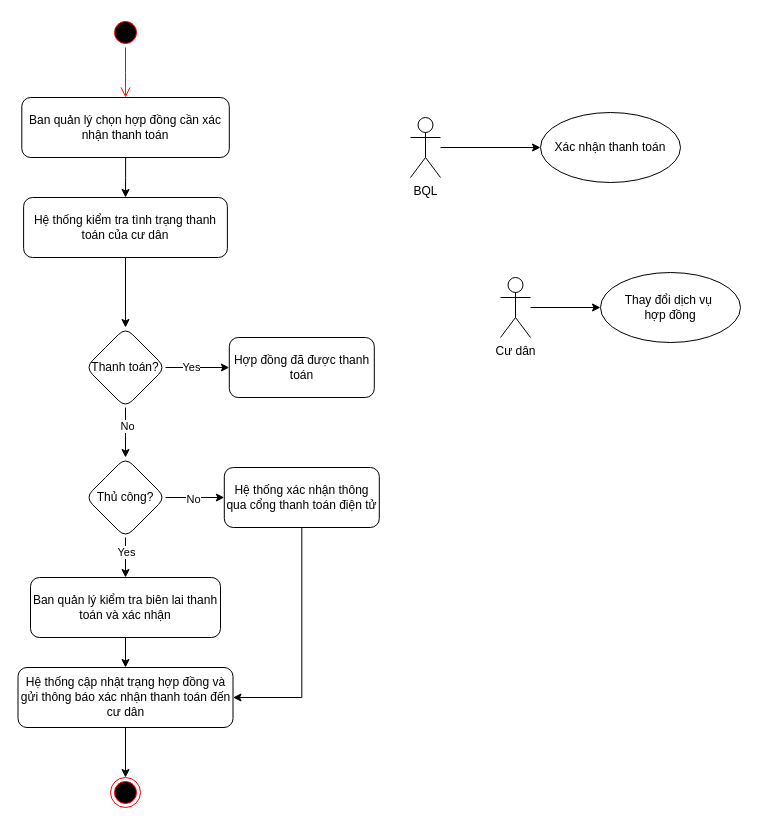
This is page "AD- Xác nhận thanh toán" (1 of 15) of doan.drawio from Pakamon234/thuc-tap-tot-nghiep, a draw.io file, before an edit. Source tidied: cells renumbered, new cells numbered last; positions are measured from the earlier drawing's top-left corner, leaving out a move shared by most shapes. Both pictures are drawn from the tidied source at 100%, with x=0, y=0 at pixel (18, 17).
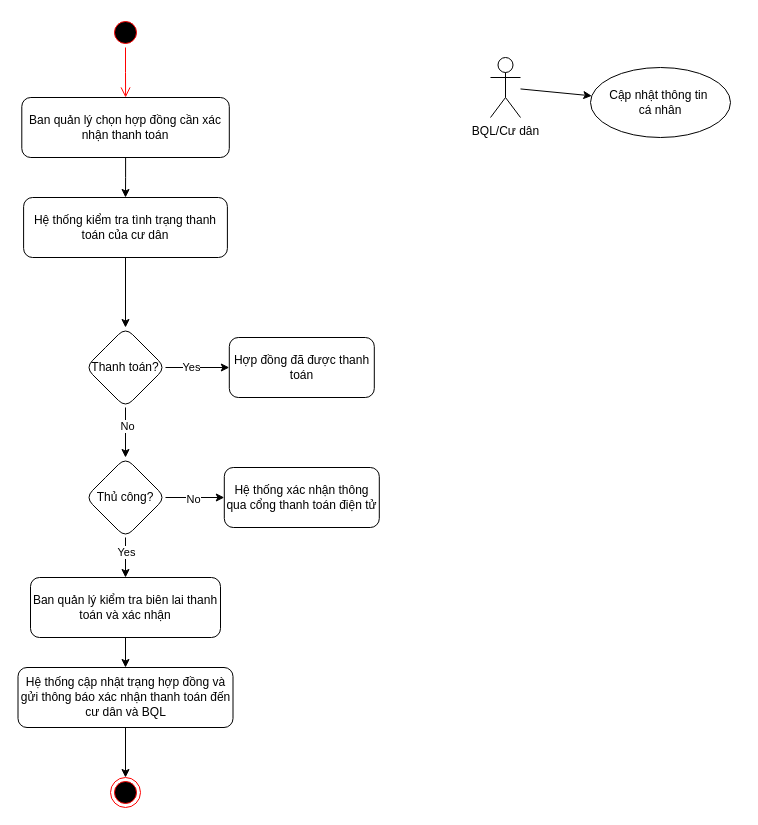
Above is the later version.

The change refers to these unchanged cells:
```xml
<mxCell id="25" value="&lt;span style=&quot;line-height: 115%;&quot;&gt;&lt;font&gt;Hệ thống xác nhận thông qua cổng thanh toán điện tử&lt;/font&gt;&lt;/span&gt;" style="whiteSpace=wrap;html=1;rounded=1;" parent="1" vertex="1">
  <mxGeometry x="205.8" y="450" width="155" height="60" as="geometry" />
</mxCell>
```

Diff of the diagram source:
```diff
@@
-    <mxCell id="16" value="&lt;span style=&quot;line-height: 115%;&quot;&gt;&lt;font&gt;Hệ thống cập nhật trạng hợp đồng và gửi thông báo xác nhận thanh toán đến cư dân&lt;/font&gt;&lt;/span&gt;" style="whiteSpace=wrap;html=1;rounded=1;" parent="1" vertex="1">
+    <mxCell id="16" value="&lt;span style=&quot;line-height: 115%;&quot;&gt;&lt;font&gt;Hệ thống cập nhật trạng hợp đồng và gửi thông báo xác nhận thanh toán đến cư dân và BQL&lt;/font&gt;&lt;/span&gt;" style="whiteSpace=wrap;html=1;rounded=1;" parent="1" vertex="1">
       <mxGeometry x="-0.5" y="650" width="215" height="60" as="geometry" />
     </mxCell>
@@
-    <mxCell id="24" style="edgeStyle=orthogonalEdgeStyle;rounded=0;jettySize=auto;html=1;entryX=1;entryY=0.5;entryDx=0;entryDy=0;" parent="1" edge="1" source="25" target="16">
-      <mxGeometry relative="1" as="geometry" />
-    </mxCell>
@@
-    <mxCell id="27" style="edgeStyle=orthogonalEdgeStyle;rounded=0;jettySize=auto;html=1;" parent="1" edge="1" source="28" target="31">
-      <mxGeometry relative="1" as="geometry" />
-    </mxCell>
-    <mxCell id="28" value="BQL" style="shape=umlActor;verticalLabelPosition=bottom;verticalAlign=top;html=1;outlineConnect=0;" parent="1" vertex="1">
-      <mxGeometry x="392" y="100" width="30" height="60" as="geometry" />
-    </mxCell>
-    <mxCell id="29" style="edgeStyle=orthogonalEdgeStyle;rounded=0;jettySize=auto;html=1;entryX=0;entryY=0.5;entryDx=0;entryDy=0;" parent="1" edge="1" source="30" target="32">
-      <mxGeometry relative="1" as="geometry" />
-    </mxCell>
-    <mxCell id="30" value="Cư dân" style="shape=umlActor;verticalLabelPosition=bottom;verticalAlign=top;html=1;outlineConnect=0;" parent="1" vertex="1">
-      <mxGeometry x="482" y="260" width="30" height="60" as="geometry" />
-    </mxCell>
-    <mxCell id="31" value="Xác nhận thanh toán" style="ellipse;whiteSpace=wrap;html=1;" parent="1" vertex="1">
-      <mxGeometry x="522" y="95" width="140" height="70" as="geometry" />
-    </mxCell>
-    <mxCell id="32" value="Thay đổi dịch vụ&amp;nbsp;&lt;div&gt;hợp đồng&lt;/div&gt;" style="ellipse;whiteSpace=wrap;html=1;" parent="1" vertex="1">
-      <mxGeometry x="582" y="255" width="140" height="70" as="geometry" />
-    </mxCell>
+    <mxCell id="33" style="rounded=0;jettySize=auto;html=1;" parent="1" edge="1" source="34" target="35">
+      <mxGeometry relative="1" as="geometry" />
+    </mxCell>
+    <mxCell id="34" value="BQL/Cư dân" style="shape=umlActor;verticalLabelPosition=bottom;verticalAlign=top;html=1;" parent="1" vertex="1">
+      <mxGeometry x="472" y="40" width="30" height="60" as="geometry" />
+    </mxCell>
+    <mxCell id="35" value="Cập nhật thông tin&amp;nbsp;&lt;div&gt;cá nhân&lt;/div&gt;" style="ellipse;whiteSpace=wrap;html=1;" parent="1" vertex="1">
+      <mxGeometry x="572" y="50" width="140" height="70" as="geometry" />
+    </mxCell>
```
